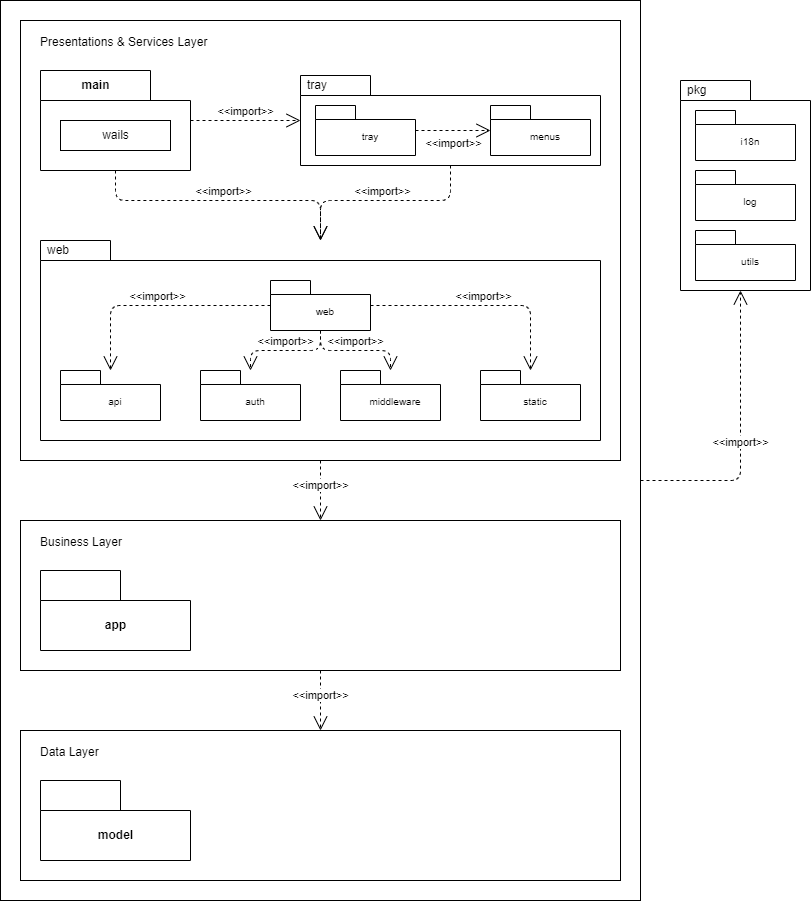
The draw.io diagram diagrams/package.png in jinyaoMa/my-app, before a commit. Source tidied: cells renumbered, new cells last; positions are measured from the earlier drawing's top-left corner, leaving out a move shared by most shapes.
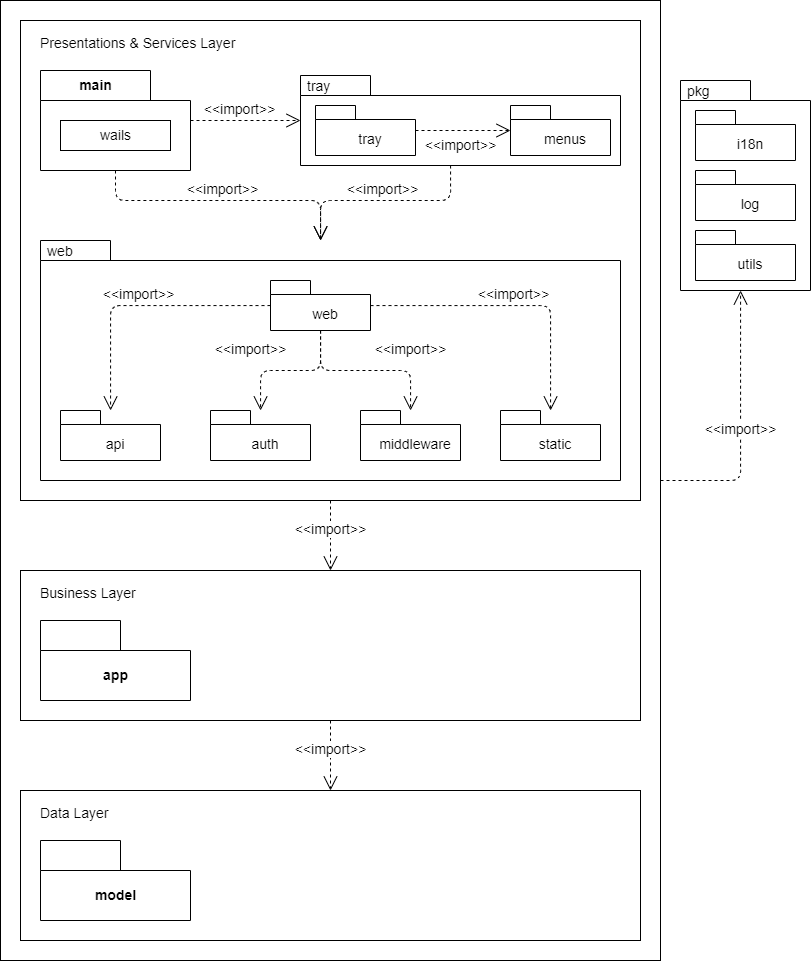
After the commit.

The edit, as a diff of the source:
```diff
@@ -2,58 +2,62 @@
   <root>
     <mxCell id="0" />
     <mxCell id="1" parent="0" />
-    <mxCell id="2" style="rounded=0;whiteSpace=wrap;html=1;" parent="1" vertex="1">
-      <mxGeometry width="640" height="900" as="geometry" />
+    <mxCell id="2" style="rounded=0;whiteSpace=wrap;html=1;fontSize=14;" parent="1" vertex="1">
+      <mxGeometry width="660" height="960" as="geometry" />
     </mxCell>
-    <mxCell id="3" style="rounded=0;whiteSpace=wrap;html=1;" parent="1" vertex="1">
-      <mxGeometry x="20" y="20" width="600" height="440" as="geometry" />
+    <mxCell id="3" style="rounded=0;whiteSpace=wrap;html=1;fontSize=14;" parent="1" vertex="1">
+      <mxGeometry x="20" y="20" width="620" height="480" as="geometry" />
     </mxCell>
-    <mxCell id="4" value="tray" style="shape=folder;xSize=90;align=left;spacingLeft=10;align=left;verticalAlign=top;spacingLeft=5;spacingTop=-4;tabWidth=70;tabHeight=20;tabPosition=left;html=1;strokeWidth=1;" parent="1" vertex="1">
-      <mxGeometry x="300" y="75" width="300" height="90" as="geometry" />
+    <mxCell id="4" value="tray" style="shape=folder;xSize=90;align=left;spacingLeft=10;align=left;verticalAlign=top;spacingLeft=5;spacingTop=-4;tabWidth=70;tabHeight=20;tabPosition=left;html=1;strokeWidth=1;fontSize=14;" parent="1" vertex="1">
+      <mxGeometry x="300" y="75" width="320" height="90" as="geometry" />
     </mxCell>
-    <mxCell id="5" value="&lt;br&gt;tray" style="strokeColor=inherit;fillColor=inherit;gradientColor=inherit;shape=folder;spacingLeft=10;tabWidth=40;tabHeight=14;tabPosition=left;fontSize=10;html=1;whiteSpace=wrap;" parent="4" vertex="1">
+    <mxCell id="5" value="&lt;br style=&quot;font-size: 14px;&quot;&gt;tray" style="strokeColor=inherit;fillColor=inherit;gradientColor=inherit;shape=folder;spacingLeft=10;tabWidth=40;tabHeight=14;tabPosition=left;fontSize=14;html=1;whiteSpace=wrap;" parent="4" vertex="1">
       <mxGeometry x="15" y="30" width="100" height="50" as="geometry" />
     </mxCell>
-    <mxCell id="6" value="&lt;br&gt;menus" style="strokeColor=inherit;fillColor=inherit;gradientColor=inherit;shape=folder;spacingLeft=10;tabWidth=40;tabHeight=14;tabPosition=left;fontSize=10;html=1;whiteSpace=wrap;" parent="4" vertex="1">
-      <mxGeometry x="190" y="30" width="100" height="50" as="geometry" />
+    <mxCell id="6" value="&lt;br style=&quot;font-size: 14px;&quot;&gt;menus" style="strokeColor=inherit;fillColor=inherit;gradientColor=inherit;shape=folder;spacingLeft=10;tabWidth=40;tabHeight=14;tabPosition=left;fontSize=14;html=1;whiteSpace=wrap;" parent="4" vertex="1">
+      <mxGeometry x="210" y="30" width="100" height="50" as="geometry" />
     </mxCell>
-    <mxCell id="7" value="&amp;lt;&amp;lt;import&amp;gt;&amp;gt;" style="strokeColor=inherit;fillColor=inherit;gradientColor=inherit;edgeStyle=none;endArrow=open;dashed=1;verticalAlign=top;labelBackgroundColor=none;endSize=12;html=1;" parent="4" edge="1" source="5" target="6">
-      <mxGeometry relative="1" as="geometry" />
+    <mxCell id="7" value="&amp;lt;&amp;lt;import&amp;gt;&amp;gt;" style="strokeColor=inherit;fillColor=inherit;gradientColor=inherit;edgeStyle=none;endArrow=open;dashed=1;verticalAlign=top;labelBackgroundColor=none;endSize=12;html=1;fontSize=14;" parent="4" edge="1" source="5" target="6">
+      <mxGeometry x="-0.05" relative="1" as="geometry" />
     </mxCell>
-    <mxCell id="8" value="web" style="shape=folder;xSize=90;align=left;spacingLeft=10;align=left;verticalAlign=top;spacingLeft=5;spacingTop=-4;tabWidth=70;tabHeight=20;tabPosition=left;html=1;strokeWidth=1;" parent="1" vertex="1">
-      <mxGeometry x="40" y="240" width="560" height="200" as="geometry" />
+    <mxCell id="8" value="web" style="shape=folder;xSize=90;align=left;spacingLeft=10;align=left;verticalAlign=top;spacingLeft=5;spacingTop=-4;tabWidth=70;tabHeight=20;tabPosition=left;html=1;strokeWidth=1;fontSize=14;" parent="1" vertex="1">
+      <mxGeometry x="40" y="240" width="580" height="240" as="geometry" />
     </mxCell>
-    <mxCell id="9" value="&lt;br&gt;web" style="strokeColor=inherit;fillColor=inherit;gradientColor=inherit;shape=folder;spacingLeft=10;tabWidth=40;tabHeight=14;tabPosition=left;fontSize=10;html=1;whiteSpace=wrap;" parent="8" vertex="1">
+    <mxCell id="9" value="&lt;br style=&quot;font-size: 14px;&quot;&gt;web" style="strokeColor=inherit;fillColor=inherit;gradientColor=inherit;shape=folder;spacingLeft=10;tabWidth=40;tabHeight=14;tabPosition=left;fontSize=14;html=1;whiteSpace=wrap;" parent="8" vertex="1">
       <mxGeometry x="230" y="40" width="100" height="50" as="geometry" />
     </mxCell>
-    <mxCell id="10" value="&lt;br&gt;api" style="strokeColor=inherit;fillColor=inherit;gradientColor=inherit;shape=folder;spacingLeft=10;tabWidth=40;tabHeight=14;tabPosition=left;fontSize=10;html=1;whiteSpace=wrap;" parent="8" vertex="1">
-      <mxGeometry x="20" y="130" width="100" height="50" as="geometry" />
+    <mxCell id="10" value="&lt;br style=&quot;font-size: 14px;&quot;&gt;api" style="strokeColor=inherit;fillColor=inherit;gradientColor=inherit;shape=folder;spacingLeft=10;tabWidth=40;tabHeight=14;tabPosition=left;fontSize=14;html=1;whiteSpace=wrap;" parent="8" vertex="1">
+      <mxGeometry x="20" y="170" width="100" height="50" as="geometry" />
     </mxCell>
-    <mxCell id="11" value="&lt;br&gt;middleware" style="strokeColor=inherit;fillColor=inherit;gradientColor=inherit;shape=folder;spacingLeft=10;tabWidth=40;tabHeight=14;tabPosition=left;fontSize=10;html=1;whiteSpace=wrap;" parent="8" vertex="1">
-      <mxGeometry x="300" y="130" width="100" height="50" as="geometry" />
+    <mxCell id="11" value="&lt;br style=&quot;font-size: 14px;&quot;&gt;middleware" style="strokeColor=inherit;fillColor=inherit;gradientColor=inherit;shape=folder;spacingLeft=10;tabWidth=40;tabHeight=14;tabPosition=left;fontSize=14;html=1;whiteSpace=wrap;" parent="8" vertex="1">
+      <mxGeometry x="320" y="170" width="100" height="50" as="geometry" />
     </mxCell>
-    <mxCell id="12" value="&lt;br&gt;auth" style="strokeColor=inherit;fillColor=inherit;gradientColor=inherit;shape=folder;spacingLeft=10;tabWidth=40;tabHeight=14;tabPosition=left;fontSize=10;html=1;whiteSpace=wrap;" parent="8" vertex="1">
-      <mxGeometry x="160" y="130" width="100" height="50" as="geometry" />
+    <mxCell id="12" value="&lt;br style=&quot;font-size: 14px;&quot;&gt;auth" style="strokeColor=inherit;fillColor=inherit;gradientColor=inherit;shape=folder;spacingLeft=10;tabWidth=40;tabHeight=14;tabPosition=left;fontSize=14;html=1;whiteSpace=wrap;" parent="8" vertex="1">
+      <mxGeometry x="170" y="170" width="100" height="50" as="geometry" />
     </mxCell>
-    <mxCell id="13" value="&lt;br&gt;static" style="strokeColor=inherit;fillColor=inherit;gradientColor=inherit;shape=folder;spacingLeft=10;tabWidth=40;tabHeight=14;tabPosition=left;fontSize=10;html=1;whiteSpace=wrap;" parent="8" vertex="1">
-      <mxGeometry x="440" y="130" width="100" height="50" as="geometry" />
+    <mxCell id="13" value="&lt;br style=&quot;font-size: 14px;&quot;&gt;static" style="strokeColor=inherit;fillColor=inherit;gradientColor=inherit;shape=folder;spacingLeft=10;tabWidth=40;tabHeight=14;tabPosition=left;fontSize=14;html=1;whiteSpace=wrap;" parent="8" vertex="1">
+      <mxGeometry x="460" y="170" width="100" height="50" as="geometry" />
     </mxCell>
-    <mxCell id="14" value="&amp;lt;&amp;lt;import&amp;gt;&amp;gt;" style="html=1;endArrow=open;endSize=12;dashed=1;verticalAlign=bottom;jumpStyle=none;edgeStyle=orthogonalEdgeStyle;" parent="8" edge="1" source="9" target="10">
+    <mxCell id="14" value="&amp;lt;&amp;lt;import&amp;gt;&amp;gt;" style="html=1;endArrow=open;endSize=12;dashed=1;verticalAlign=bottom;jumpStyle=none;edgeStyle=orthogonalEdgeStyle;fontSize=14;" parent="8" edge="1" source="9" target="10">
       <mxGeometry relative="1" as="geometry" />
     </mxCell>
-    <mxCell id="15" value="&amp;lt;&amp;lt;import&amp;gt;&amp;gt;" style="html=1;endArrow=open;endSize=12;dashed=1;verticalAlign=bottom;jumpStyle=none;edgeStyle=orthogonalEdgeStyle;" parent="8" edge="1" source="9" target="12">
-      <mxGeometry relative="1" as="geometry" />
+    <mxCell id="15" value="&amp;lt;&amp;lt;import&amp;gt;&amp;gt;" style="html=1;endArrow=open;endSize=12;dashed=1;verticalAlign=bottom;jumpStyle=none;edgeStyle=orthogonalEdgeStyle;fontSize=14;" parent="8" edge="1" source="9" target="12">
+      <mxGeometry x="0.43" y="-14" relative="1" as="geometry">
+        <mxPoint x="4" y="-10" as="offset" />
+      </mxGeometry>
     </mxCell>
-    <mxCell id="16" value="&amp;lt;&amp;lt;import&amp;gt;&amp;gt;" style="html=1;endArrow=open;endSize=12;dashed=1;verticalAlign=bottom;jumpStyle=none;edgeStyle=orthogonalEdgeStyle;" parent="8" edge="1" source="9" target="11">
-      <mxGeometry relative="1" as="geometry" />
+    <mxCell id="16" value="&amp;lt;&amp;lt;import&amp;gt;&amp;gt;" style="html=1;endArrow=open;endSize=12;dashed=1;verticalAlign=bottom;jumpStyle=none;edgeStyle=orthogonalEdgeStyle;fontSize=14;" parent="8" edge="1" source="9" target="11">
+      <mxGeometry x="0.53" y="-10" relative="1" as="geometry">
+        <mxPoint x="1" y="-20" as="offset" />
+      </mxGeometry>
     </mxCell>
-    <mxCell id="17" value="&amp;lt;&amp;lt;import&amp;gt;&amp;gt;" style="html=1;endArrow=open;endSize=12;dashed=1;verticalAlign=bottom;jumpStyle=none;edgeStyle=orthogonalEdgeStyle;" parent="8" edge="1" source="9" target="13">
+    <mxCell id="17" value="&amp;lt;&amp;lt;import&amp;gt;&amp;gt;" style="html=1;endArrow=open;endSize=12;dashed=1;verticalAlign=bottom;jumpStyle=none;edgeStyle=orthogonalEdgeStyle;fontSize=14;" parent="8" edge="1" source="9" target="13">
       <mxGeometry relative="1" as="geometry" />
     </mxCell>
-    <mxCell id="18" value="&amp;lt;&amp;lt;import&amp;gt;&amp;gt;" style="html=1;endArrow=open;endSize=12;dashed=1;verticalAlign=bottom;jumpStyle=none;" parent="1" edge="1" source="35" target="4">
-      <mxGeometry relative="1" as="geometry" />
+    <mxCell id="18" value="&amp;lt;&amp;lt;import&amp;gt;&amp;gt;" style="html=1;endArrow=open;endSize=12;dashed=1;verticalAlign=bottom;jumpStyle=none;fontSize=14;" parent="1" edge="1" source="35" target="4">
+      <mxGeometry x="-0.11" relative="1" as="geometry" />
     </mxCell>
-    <mxCell id="19" value="&amp;lt;&amp;lt;import&amp;gt;&amp;gt;" style="edgeStyle=orthogonalEdgeStyle;html=1;endArrow=open;endSize=12;dashed=1;verticalAlign=bottom;jumpStyle=none;" parent="1" edge="1" source="4" target="8">
+    <mxCell id="19" value="&amp;lt;&amp;lt;import&amp;gt;&amp;gt;" style="edgeStyle=orthogonalEdgeStyle;html=1;endArrow=open;endSize=12;dashed=1;verticalAlign=bottom;jumpStyle=none;fontSize=14;" parent="1" edge="1" source="4" target="8">
       <mxGeometry relative="1" as="geometry">
         <Array as="points">
           <mxPoint x="450" y="200" />
@@ -61,53 +65,53 @@
         </Array>
       </mxGeometry>
     </mxCell>
-    <mxCell id="20" value="&amp;lt;&amp;lt;import&amp;gt;&amp;gt;" style="html=1;endArrow=open;endSize=12;dashed=1;verticalAlign=bottom;jumpStyle=none;" parent="1" edge="1" source="28" target="26">
+    <mxCell id="20" value="&amp;lt;&amp;lt;import&amp;gt;&amp;gt;" style="html=1;endArrow=open;endSize=12;dashed=1;verticalAlign=bottom;jumpStyle=none;fontSize=14;" parent="1" edge="1" source="28" target="26">
       <mxGeometry x="0.14" relative="1" as="geometry" />
     </mxCell>
-    <mxCell id="21" value="pkg" style="shape=folder;xSize=90;align=left;spacingLeft=10;align=left;verticalAlign=top;spacingLeft=5;spacingTop=-4;tabWidth=70;tabHeight=20;tabPosition=left;html=1;strokeWidth=1;" parent="1" vertex="1">
+    <mxCell id="21" value="pkg" style="shape=folder;xSize=90;align=left;spacingLeft=10;align=left;verticalAlign=top;spacingLeft=5;spacingTop=-4;tabWidth=70;tabHeight=20;tabPosition=left;html=1;strokeWidth=1;fontSize=14;" parent="1" vertex="1">
       <mxGeometry x="680" y="80" width="130" height="210" as="geometry" />
     </mxCell>
-    <mxCell id="22" value="&lt;br&gt;i18n" style="strokeColor=inherit;fillColor=inherit;gradientColor=inherit;shape=folder;spacingLeft=10;tabWidth=40;tabHeight=14;tabPosition=left;fontSize=10;html=1;whiteSpace=wrap;" parent="21" vertex="1">
+    <mxCell id="22" value="&lt;br style=&quot;font-size: 14px;&quot;&gt;i18n" style="strokeColor=inherit;fillColor=inherit;gradientColor=inherit;shape=folder;spacingLeft=10;tabWidth=40;tabHeight=14;tabPosition=left;fontSize=14;html=1;whiteSpace=wrap;" parent="21" vertex="1">
       <mxGeometry x="15" y="30" width="100" height="50" as="geometry" />
     </mxCell>
-    <mxCell id="23" value="&lt;br&gt;log" style="strokeColor=inherit;fillColor=inherit;gradientColor=inherit;shape=folder;spacingLeft=10;tabWidth=40;tabHeight=14;tabPosition=left;fontSize=10;html=1;whiteSpace=wrap;" parent="21" vertex="1">
+    <mxCell id="23" value="&lt;br style=&quot;font-size: 14px;&quot;&gt;log" style="strokeColor=inherit;fillColor=inherit;gradientColor=inherit;shape=folder;spacingLeft=10;tabWidth=40;tabHeight=14;tabPosition=left;fontSize=14;html=1;whiteSpace=wrap;" parent="21" vertex="1">
       <mxGeometry x="15" y="90" width="100" height="50" as="geometry" />
     </mxCell>
-    <mxCell id="24" value="&lt;br&gt;utils" style="strokeColor=inherit;fillColor=inherit;gradientColor=inherit;shape=folder;spacingLeft=10;tabWidth=40;tabHeight=14;tabPosition=left;fontSize=10;html=1;whiteSpace=wrap;" parent="21" vertex="1">
+    <mxCell id="24" value="&lt;br style=&quot;font-size: 14px;&quot;&gt;utils" style="strokeColor=inherit;fillColor=inherit;gradientColor=inherit;shape=folder;spacingLeft=10;tabWidth=40;tabHeight=14;tabPosition=left;fontSize=14;html=1;whiteSpace=wrap;" parent="21" vertex="1">
       <mxGeometry x="15" y="150" width="100" height="50" as="geometry" />
     </mxCell>
-    <mxCell id="25" value="&amp;lt;&amp;lt;import&amp;gt;&amp;gt;" style="html=1;endArrow=open;endSize=12;dashed=1;verticalAlign=bottom;jumpStyle=none;edgeStyle=orthogonalEdgeStyle;" parent="1" edge="1" source="2" target="21">
+    <mxCell id="25" value="&amp;lt;&amp;lt;import&amp;gt;&amp;gt;" style="html=1;endArrow=open;endSize=12;dashed=1;verticalAlign=bottom;jumpStyle=none;edgeStyle=orthogonalEdgeStyle;fontSize=14;" parent="1" edge="1" source="2" target="21">
       <mxGeometry x="-0.11" relative="1" as="geometry">
         <Array as="points">
           <mxPoint x="740" y="480" />
         </Array>
       </mxGeometry>
     </mxCell>
-    <mxCell id="26" style="rounded=0;whiteSpace=wrap;html=1;" parent="1" vertex="1">
-      <mxGeometry x="20" y="730" width="600" height="150" as="geometry" />
+    <mxCell id="26" style="rounded=0;whiteSpace=wrap;html=1;fontSize=14;" parent="1" vertex="1">
+      <mxGeometry x="20" y="790" width="620" height="150" as="geometry" />
     </mxCell>
-    <mxCell id="27" value="model" style="shape=folder;fontStyle=1;tabWidth=80;tabHeight=30;tabPosition=left;html=1;boundedLbl=1;" parent="1" vertex="1">
-      <mxGeometry x="40" y="780" width="150" height="80" as="geometry" />
+    <mxCell id="27" value="model" style="shape=folder;fontStyle=1;tabWidth=80;tabHeight=30;tabPosition=left;html=1;boundedLbl=1;fontSize=14;" parent="1" vertex="1">
+      <mxGeometry x="40" y="840" width="150" height="80" as="geometry" />
     </mxCell>
-    <mxCell id="28" style="rounded=0;whiteSpace=wrap;html=1;" parent="1" vertex="1">
-      <mxGeometry x="20" y="520" width="600" height="150" as="geometry" />
+    <mxCell id="28" style="rounded=0;whiteSpace=wrap;html=1;fontSize=14;" parent="1" vertex="1">
+      <mxGeometry x="20" y="570" width="620" height="150" as="geometry" />
     </mxCell>
-    <mxCell id="29" value="app" style="shape=folder;fontStyle=1;tabWidth=80;tabHeight=30;tabPosition=left;html=1;boundedLbl=1;" parent="1" vertex="1">
-      <mxGeometry x="40" y="570" width="150" height="80" as="geometry" />
+    <mxCell id="29" value="app" style="shape=folder;fontStyle=1;tabWidth=80;tabHeight=30;tabPosition=left;html=1;boundedLbl=1;fontSize=14;" parent="1" vertex="1">
+      <mxGeometry x="40" y="620" width="150" height="80" as="geometry" />
     </mxCell>
-    <mxCell id="30" value="Data Layer" style="text;html=1;strokeColor=none;fillColor=none;align=left;verticalAlign=top;whiteSpace=wrap;rounded=0;spacing=0;" parent="1" vertex="1">
-      <mxGeometry x="40" y="740" width="150" height="30" as="geometry" />
+    <mxCell id="30" value="Data Layer" style="text;html=1;strokeColor=none;fillColor=none;align=left;verticalAlign=top;whiteSpace=wrap;rounded=0;spacing=0;fontSize=14;" parent="1" vertex="1">
+      <mxGeometry x="40" y="800" width="150" height="30" as="geometry" />
     </mxCell>
-    <mxCell id="31" value="Business Layer" style="text;html=1;strokeColor=none;fillColor=none;align=left;verticalAlign=top;whiteSpace=wrap;rounded=0;spacing=0;" parent="1" vertex="1">
-      <mxGeometry x="40" y="530" width="150" height="30" as="geometry" />
+    <mxCell id="31" value="Business Layer" style="text;html=1;strokeColor=none;fillColor=none;align=left;verticalAlign=top;whiteSpace=wrap;rounded=0;spacing=0;fontSize=14;" parent="1" vertex="1">
+      <mxGeometry x="40" y="580" width="150" height="30" as="geometry" />
     </mxCell>
-    <mxCell id="32" value="Presentations &amp;amp; Services Layer" style="text;html=1;strokeColor=none;fillColor=none;align=left;verticalAlign=top;whiteSpace=wrap;rounded=0;spacing=0;" parent="1" vertex="1">
+    <mxCell id="32" value="Presentations &amp;amp; Services Layer" style="text;html=1;strokeColor=none;fillColor=none;align=left;verticalAlign=top;whiteSpace=wrap;rounded=0;spacing=0;fontSize=14;" parent="1" vertex="1">
       <mxGeometry x="40" y="30" width="250" height="30" as="geometry" />
     </mxCell>
-    <mxCell id="33" value="&amp;lt;&amp;lt;import&amp;gt;&amp;gt;" style="html=1;endArrow=open;endSize=12;dashed=1;verticalAlign=bottom;jumpStyle=none;" parent="1" edge="1" source="3" target="28">
+    <mxCell id="33" value="&amp;lt;&amp;lt;import&amp;gt;&amp;gt;" style="html=1;endArrow=open;endSize=12;dashed=1;verticalAlign=bottom;jumpStyle=none;fontSize=14;" parent="1" edge="1" source="3" target="28">
       <mxGeometry x="0.14" relative="1" as="geometry" />
     </mxCell>
-    <mxCell id="34" value="&amp;lt;&amp;lt;import&amp;gt;&amp;gt;" style="html=1;endArrow=open;endSize=12;dashed=1;verticalAlign=bottom;jumpStyle=none;edgeStyle=orthogonalEdgeStyle;" parent="1" edge="1" source="35" target="8">
+    <mxCell id="34" value="&amp;lt;&amp;lt;import&amp;gt;&amp;gt;" style="html=1;endArrow=open;endSize=12;dashed=1;verticalAlign=bottom;jumpStyle=none;edgeStyle=orthogonalEdgeStyle;fontSize=14;" parent="1" edge="1" source="35" target="8">
       <mxGeometry relative="1" as="geometry">
         <Array as="points">
           <mxPoint x="115" y="200" />
@@ -115,10 +119,10 @@
         </Array>
       </mxGeometry>
     </mxCell>
-    <mxCell id="35" value="main" style="shape=folder;fontStyle=1;tabWidth=110;tabHeight=30;tabPosition=left;html=1;boundedLbl=1;labelInHeader=1;" parent="1" vertex="1">
+    <mxCell id="35" value="main" style="shape=folder;fontStyle=1;tabWidth=110;tabHeight=30;tabPosition=left;html=1;boundedLbl=1;labelInHeader=1;fontSize=14;" parent="1" vertex="1">
       <mxGeometry x="40" y="70" width="150" height="100" as="geometry" />
     </mxCell>
-    <mxCell id="36" value="wails" style="html=1;" parent="35" vertex="1">
+    <mxCell id="36" value="wails" style="html=1;fontSize=14;" parent="35" vertex="1">
       <mxGeometry width="110" height="30" relative="1" as="geometry">
         <mxPoint x="20" y="50" as="offset" />
       </mxGeometry>
```
